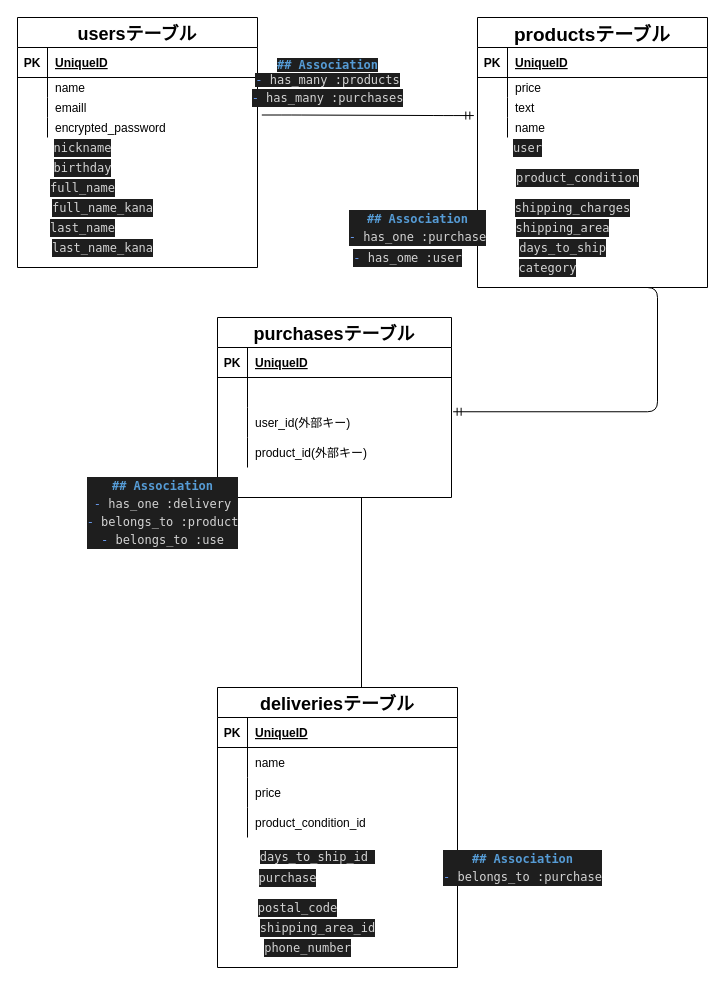
This is test.dio from nanami-deep/furima-34361, a draw.io file, before an edit. Source tidied: cells renumbered, new cells numbered last; positions are measured from the earlier drawing's top-left corner, leaving out a move shared by most shapes. Both pictures are drawn from the tidied source at 100%, with x=0, y=0 at pixel (17, 17).
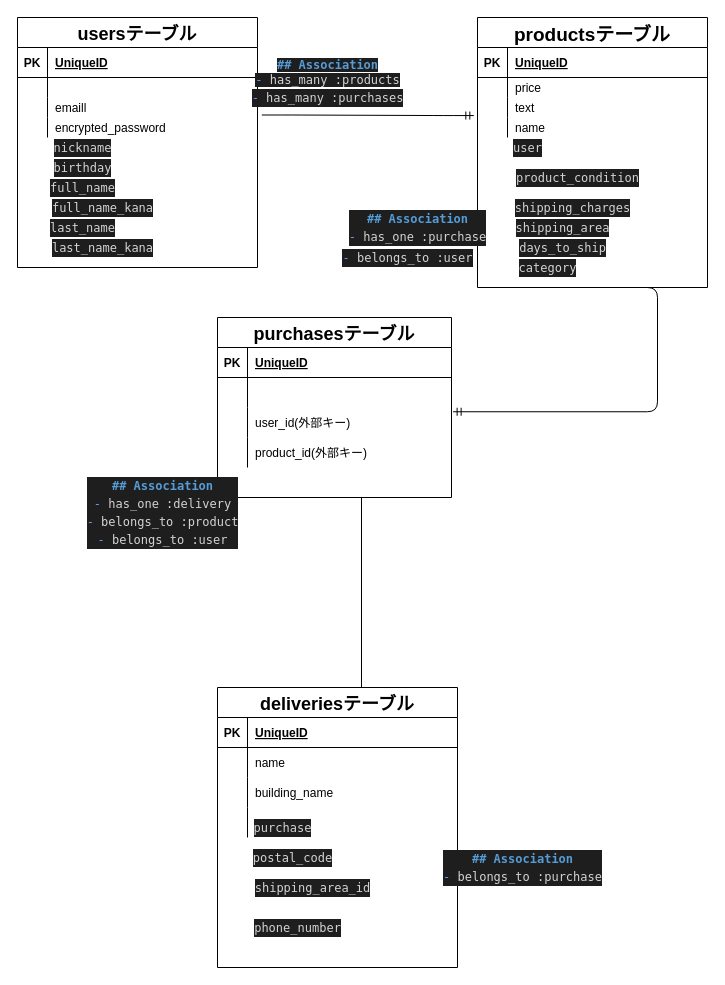
The same page after the edit.

Commit message (it also covers changes not shown here):
データベース設計修正6

Unchanged cells that the change refers to:
```xml
<mxCell id="6" style="shape=partialRectangle;fillColor=none;top=0;left=0;bottom=0;right=0;" parent="2" vertex="1">
  <mxGeometry y="60" width="240" height="20" as="geometry" />
</mxCell>
<mxCell id="48" style="shape=partialRectangle;fillColor=none;top=0;left=0;bottom=0;right=0;" parent="41" vertex="1">
  <mxGeometry y="90" width="240" height="30" as="geometry" />
</mxCell>
<mxCell id="51" style="shape=partialRectangle;fillColor=none;top=0;left=0;bottom=0;right=0;" parent="41" vertex="1">
  <mxGeometry y="120" width="240" height="30" as="geometry" />
</mxCell>
```

Diff of the diagram source:
```diff
@@
-    <mxCell id="8" value="name" style="shape=partialRectangle;fillColor=none;top=0;left=0;bottom=0;right=0;align=left;spacingLeft=6;overflow=hidden;" parent="6" vertex="1">
+    <mxCell id="8" style="shape=partialRectangle;fillColor=none;top=0;left=0;bottom=0;right=0;align=left;spacingLeft=6;overflow=hidden;" parent="6" vertex="1">
       <mxGeometry x="30" width="210" height="20" as="geometry" />
     </mxCell>
@@
-    <mxCell id="50" value="price" style="shape=partialRectangle;fillColor=none;top=0;left=0;bottom=0;right=0;align=left;spacingLeft=6;overflow=hidden;" parent="48" vertex="1">
+    <mxCell id="50" value="building_name" style="shape=partialRectangle;fillColor=none;top=0;left=0;bottom=0;right=0;align=left;spacingLeft=6;overflow=hidden;" parent="48" vertex="1">
       <mxGeometry x="30" width="210" height="30" as="geometry" />
     </mxCell>
@@
-    <mxCell id="53" value="product_condition_id " style="shape=partialRectangle;fillColor=none;top=0;left=0;bottom=0;right=0;align=left;spacingLeft=6;overflow=hidden;" parent="51" vertex="1">
+    <mxCell id="53" style="shape=partialRectangle;fillColor=none;top=0;left=0;bottom=0;right=0;align=left;spacingLeft=6;overflow=hidden;" parent="51" vertex="1">
       <mxGeometry x="30" width="210" height="30" as="geometry" />
     </mxCell>
@@
-    <mxCell id="72" value="&lt;div style=&quot;color: rgb(212 , 212 , 212) ; background-color: rgb(30 , 30 , 30) ; font-family: &amp;#34;menlo&amp;#34; , &amp;#34;monaco&amp;#34; , &amp;#34;courier new&amp;#34; , monospace ; line-height: 18px&quot;&gt;&lt;div&gt;&lt;span style=&quot;color: #569cd6 ; font-weight: bold&quot;&gt;## Association&lt;/span&gt;&lt;/div&gt;&lt;div&gt;&lt;span style=&quot;color: #6796e6&quot;&gt;-&lt;/span&gt; has_one :delivery&lt;/div&gt;&lt;div&gt;&lt;span style=&quot;color: #6796e6&quot;&gt;-&lt;/span&gt; belongs_to :product&lt;/div&gt;&lt;div style=&quot;font-family: &amp;#34;menlo&amp;#34; , &amp;#34;monaco&amp;#34; , &amp;#34;courier new&amp;#34; , monospace ; line-height: 18px&quot;&gt;&lt;div&gt;&lt;span style=&quot;color: #6796e6&quot;&gt;-&lt;/span&gt;&amp;nbsp;belongs_to :use&lt;/div&gt;&lt;/div&gt;&lt;/div&gt;" style="text;html=1;align=center;verticalAlign=middle;" parent="1" vertex="1">
+    <mxCell id="72" value="&lt;div style=&quot;color: rgb(212 , 212 , 212) ; background-color: rgb(30 , 30 , 30) ; font-family: &amp;#34;menlo&amp;#34; , &amp;#34;monaco&amp;#34; , &amp;#34;courier new&amp;#34; , monospace ; line-height: 18px&quot;&gt;&lt;div&gt;&lt;span style=&quot;color: #569cd6 ; font-weight: bold&quot;&gt;## Association&lt;/span&gt;&lt;/div&gt;&lt;div&gt;&lt;span style=&quot;color: #6796e6&quot;&gt;-&lt;/span&gt; has_one :delivery&lt;/div&gt;&lt;div&gt;&lt;span style=&quot;color: #6796e6&quot;&gt;-&lt;/span&gt; belongs_to :product&lt;/div&gt;&lt;div style=&quot;font-family: &amp;#34;menlo&amp;#34; , &amp;#34;monaco&amp;#34; , &amp;#34;courier new&amp;#34; , monospace ; line-height: 18px&quot;&gt;&lt;div&gt;&lt;span style=&quot;color: #6796e6&quot;&gt;-&lt;/span&gt;&amp;nbsp;belongs_to :user&lt;/div&gt;&lt;/div&gt;&lt;/div&gt;" style="text;html=1;align=center;verticalAlign=middle;" parent="1" vertex="1">
       <mxGeometry x="60" y="460" width="170" height="70" as="geometry" />
     </mxCell>
@@
-    <mxCell id="75" value="&lt;div style=&quot;color: rgb(212 , 212 , 212) ; background-color: rgb(30 , 30 , 30) ; font-family: &amp;#34;menlo&amp;#34; , &amp;#34;monaco&amp;#34; , &amp;#34;courier new&amp;#34; , monospace ; line-height: 18px&quot;&gt;&lt;span style=&quot;color: #6796e6&quot;&gt;-&lt;/span&gt; has_ome :user&lt;/div&gt;" style="text;html=1;align=center;verticalAlign=middle;" parent="1" vertex="1">
-      <mxGeometry x="330" y="230" width="120" height="20" as="geometry" />
+    <mxCell id="75" value="&lt;div style=&quot;color: rgb(212 , 212 , 212) ; background-color: rgb(30 , 30 , 30) ; font-family: &amp;#34;menlo&amp;#34; , &amp;#34;monaco&amp;#34; , &amp;#34;courier new&amp;#34; , monospace ; line-height: 18px&quot;&gt;&lt;span style=&quot;color: #6796e6&quot;&gt;-&lt;/span&gt;&amp;nbsp;belongs_to :user&lt;/div&gt;" style="text;html=1;align=center;verticalAlign=middle;" parent="1" vertex="1">
+      <mxGeometry x="315" y="230" width="150" height="20" as="geometry" />
     </mxCell>
-    <mxCell id="76" value="&lt;span style=&quot;background-color: rgb(30 , 30 , 30) ; color: rgb(212 , 212 , 212) ; font-family: &amp;#34;menlo&amp;#34; , &amp;#34;monaco&amp;#34; , &amp;#34;courier new&amp;#34; , monospace&quot;&gt;days_to_ship_id&amp;nbsp;&lt;/span&gt;" style="text;html=1;align=center;verticalAlign=middle;" parent="1" vertex="1">
-      <mxGeometry x="235" y="830" width="130" height="20" as="geometry" />
-    </mxCell>
     <mxCell id="77" value="&lt;div style=&quot;color: rgb(212 , 212 , 212) ; background-color: rgb(30 , 30 , 30) ; font-family: &amp;#34;menlo&amp;#34; , &amp;#34;monaco&amp;#34; , &amp;#34;courier new&amp;#34; , monospace ; line-height: 18px&quot;&gt;purchase&lt;/div&gt;" style="text;html=1;align=center;verticalAlign=middle;" parent="1" vertex="1">
-      <mxGeometry x="235" y="850" width="70" height="20" as="geometry" />
+      <mxGeometry x="230" y="800" width="70" height="20" as="geometry" />
     </mxCell>
     <mxCell id="78" value="&lt;div style=&quot;color: rgb(212 , 212 , 212) ; background-color: rgb(30 , 30 , 30) ; font-family: &amp;#34;menlo&amp;#34; , &amp;#34;monaco&amp;#34; , &amp;#34;courier new&amp;#34; , monospace ; line-height: 18px&quot;&gt;postal_code &lt;/div&gt;" style="text;html=1;align=center;verticalAlign=middle;" parent="1" vertex="1">
-      <mxGeometry x="235" y="880" width="90" height="20" as="geometry" />
+      <mxGeometry x="230" y="830" width="90" height="20" as="geometry" />
     </mxCell>
     <mxCell id="79" value="&lt;div style=&quot;color: rgb(212 , 212 , 212) ; background-color: rgb(30 , 30 , 30) ; font-family: &amp;#34;menlo&amp;#34; , &amp;#34;monaco&amp;#34; , &amp;#34;courier new&amp;#34; , monospace ; line-height: 18px&quot;&gt;shipping_area_id &lt;/div&gt;" style="text;html=1;align=center;verticalAlign=middle;" parent="1" vertex="1">
-      <mxGeometry x="235" y="900" width="130" height="20" as="geometry" />
+      <mxGeometry x="230" y="860" width="130" height="20" as="geometry" />
     </mxCell>
     <mxCell id="80" value="&lt;div style=&quot;color: rgb(212 , 212 , 212) ; background-color: rgb(30 , 30 , 30) ; font-family: &amp;#34;menlo&amp;#34; , &amp;#34;monaco&amp;#34; , &amp;#34;courier new&amp;#34; , monospace ; line-height: 18px&quot;&gt;phone_number &lt;/div&gt;" style="text;html=1;align=center;verticalAlign=middle;" parent="1" vertex="1">
-      <mxGeometry x="240" y="920" width="100" height="20" as="geometry" />
+      <mxGeometry x="230" y="900" width="100" height="20" as="geometry" />
     </mxCell>
```
